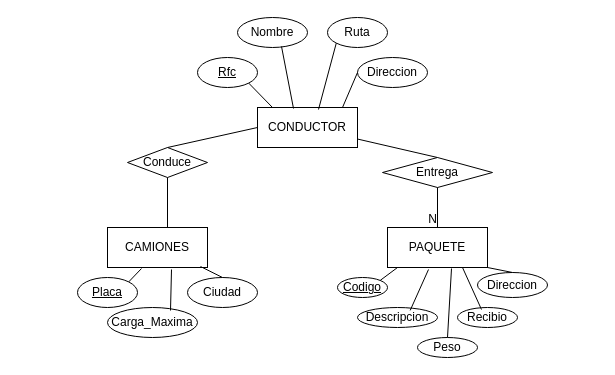
IsraMejia/DiagramasEntidadRelacion keeps this draw.io diagram as envios.drawio. Above is the earlier version. Source tidied: cells renumbered, new cells numbered last; positions are measured from the earlier drawing's top-left corner, leaving out a move shared by most shapes. Both pictures are drawn from the tidied source at 100%, with x=0, y=0 at pixel (77, 17).
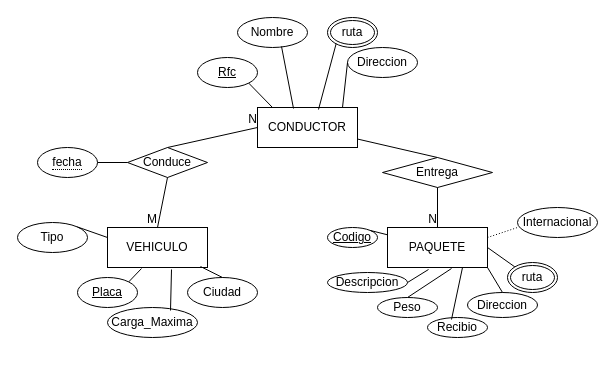
The same diagram, later.

Commit message:
miActualizacion-EstaMal

Unchanged cells that the change refers to:
```xml
<mxCell id="2" value="CONDUCTOR" style="whiteSpace=wrap;html=1;align=center;" parent="1" vertex="1">
  <mxGeometry x="180" y="90" width="100" height="40" as="geometry" />
</mxCell>
<mxCell id="3" value="PAQUETE" style="whiteSpace=wrap;html=1;align=center;" parent="1" vertex="1">
  <mxGeometry x="310" y="210" width="100" height="40" as="geometry" />
</mxCell>
<mxCell id="29" value="Conduce" style="shape=rhombus;perimeter=rhombusPerimeter;whiteSpace=wrap;html=1;align=center;" parent="1" vertex="1">
  <mxGeometry x="50" y="130" width="80" height="30" as="geometry" />
</mxCell>
```

What changed in the source:
```diff
@@
-    <mxCell id="4" value="CAMIONES" style="whiteSpace=wrap;html=1;align=center;" parent="1" vertex="1">
+    <mxCell id="4" value="VEHICULO" style="whiteSpace=wrap;html=1;align=center;" parent="1" vertex="1">
       <mxGeometry x="30" y="210" width="100" height="40" as="geometry" />
     </mxCell>
@@
-    <mxCell id="7" value="Ruta" style="ellipse;whiteSpace=wrap;html=1;align=center;" parent="1" vertex="1">
-      <mxGeometry x="250" width="60" height="30" as="geometry" />
-    </mxCell>
     <mxCell id="8" value="Direccion" style="ellipse;whiteSpace=wrap;html=1;align=center;" parent="1" vertex="1">
-      <mxGeometry x="280" y="40" width="70" height="30" as="geometry" />
+      <mxGeometry x="270" y="30" width="70" height="30" as="geometry" />
     </mxCell>
@@
-    <mxCell id="11" style="endArrow=none;html=1;rounded=0;exitX=0;exitY=1;exitDx=0;exitDy=0;entryX=0.61;entryY=0.05;entryDx=0;entryDy=0;entryPerimeter=0;" parent="1" edge="1" source="7" target="2">
-      <mxGeometry relative="1" as="geometry" />
+    <mxCell id="11" style="endArrow=none;html=1;rounded=0;exitX=0;exitY=1;exitDx=0;exitDy=0;entryX=0.61;entryY=0.05;entryDx=0;entryDy=0;entryPerimeter=0;" parent="1" edge="1" target="2">
+      <mxGeometry relative="1" as="geometry">
+        <mxPoint x="258.8" y="25.6" as="sourcePoint" />
+      </mxGeometry>
     </mxCell>
@@
     <mxCell id="16" value="Codigo" style="ellipse;whiteSpace=wrap;html=1;align=center;fontStyle=4;" parent="1" vertex="1">
-      <mxGeometry x="260" y="260" width="50" height="20" as="geometry" />
+      <mxGeometry x="250" y="210" width="50" height="20" as="geometry" />
     </mxCell>
     <mxCell id="17" value="Descripcion" style="ellipse;whiteSpace=wrap;html=1;align=center;" parent="1" vertex="1">
-      <mxGeometry x="280" y="290" width="80" height="20" as="geometry" />
+      <mxGeometry x="250" y="255" width="80" height="20" as="geometry" />
     </mxCell>
     <mxCell id="18" value="Peso" style="ellipse;whiteSpace=wrap;html=1;align=center;" parent="1" vertex="1">
-      <mxGeometry x="340" y="320" width="60" height="20" as="geometry" />
+      <mxGeometry x="300" y="280" width="60" height="20" as="geometry" />
     </mxCell>
     <mxCell id="19" value="Direccion" style="ellipse;whiteSpace=wrap;html=1;align=center;" parent="1" vertex="1">
-      <mxGeometry x="400" y="255" width="70" height="25" as="geometry" />
+      <mxGeometry x="390" y="275" width="70" height="25" as="geometry" />
     </mxCell>
     <mxCell id="20" value="Recibio" style="ellipse;whiteSpace=wrap;html=1;align=center;" parent="1" vertex="1">
-      <mxGeometry x="380" y="290" width="60" height="20" as="geometry" />
+      <mxGeometry x="350" y="300" width="60" height="20" as="geometry" />
     </mxCell>
-    <mxCell id="21" style="endArrow=none;html=1;rounded=0;exitX=0.1;exitY=1;exitDx=0;exitDy=0;exitPerimeter=0;entryX=1;entryY=0;entryDx=0;entryDy=0;" parent="1" edge="1" source="3" target="16">
+    <mxCell id="21" style="endArrow=none;html=1;rounded=0;entryX=1;entryY=0;entryDx=0;entryDy=0;" parent="1" edge="1" source="3" target="16">
       <mxGeometry relative="1" as="geometry" />
     </mxCell>
-    <mxCell id="22" style="endArrow=none;html=1;rounded=0;exitX=0.41;exitY=1.05;exitDx=0;exitDy=0;exitPerimeter=0;entryX=1;entryY=0;entryDx=0;entryDy=0;" parent="1" edge="1" source="3">
-      <mxGeometry relative="1" as="geometry">
-        <mxPoint x="332.7" y="292.9" as="targetPoint" />
-      </mxGeometry>
+    <mxCell id="22" style="endArrow=none;html=1;rounded=0;exitX=0.41;exitY=1.05;exitDx=0;exitDy=0;exitPerimeter=0;entryX=1;entryY=0.5;entryDx=0;entryDy=0;" parent="1" edge="1" source="3" target="17">
+      <mxGeometry relative="1" as="geometry" />
     </mxCell>
@@
+    <mxCell id="36" value="&lt;span style=&quot;border-bottom: 1px dotted&quot;&gt;fecha&lt;/span&gt;" style="ellipse;whiteSpace=wrap;html=1;align=center;" parent="1" vertex="1">
+      <mxGeometry x="-40" y="130" width="60" height="30" as="geometry" />
+    </mxCell>
+    <mxCell id="37" style="endArrow=none;html=1;rounded=0;exitX=1;exitY=0.5;exitDx=0;exitDy=0;entryX=0;entryY=0.5;entryDx=0;entryDy=0;" parent="1" edge="1" source="36" target="29">
+      <mxGeometry relative="1" as="geometry" />
+    </mxCell>
+    <mxCell id="38" value="ruta" style="ellipse;shape=doubleEllipse;margin=3;whiteSpace=wrap;html=1;align=center;" parent="1" vertex="1">
+      <mxGeometry x="430" y="245" width="50" height="30" as="geometry" />
+    </mxCell>
+    <mxCell id="39" style="endArrow=none;html=1;rounded=0;exitX=1;exitY=0.5;exitDx=0;exitDy=0;entryX=0;entryY=0;entryDx=0;entryDy=0;" parent="1" edge="1" source="3" target="38">
+      <mxGeometry relative="1" as="geometry" />
+    </mxCell>
+    <mxCell id="40" value="ruta" style="ellipse;shape=doubleEllipse;margin=3;whiteSpace=wrap;html=1;align=center;" parent="1" vertex="1">
+      <mxGeometry x="250" width="50" height="30" as="geometry" />
+    </mxCell>
+    <mxCell id="41" value="Internacional" style="ellipse;whiteSpace=wrap;html=1;align=center;" parent="1" vertex="1">
+      <mxGeometry x="440" y="190" width="80" height="30" as="geometry" />
+    </mxCell>
+    <mxCell id="42" style="endArrow=none;html=1;rounded=0;dashed=1;dashPattern=1 2;exitX=1;exitY=0.25;exitDx=0;exitDy=0;" parent="1" edge="1" source="3">
+      <mxGeometry relative="1" as="geometry">
+        <mxPoint x="440" y="210" as="targetPoint" />
+      </mxGeometry>
+    </mxCell>
+    <mxCell id="43" style="endArrow=none;html=1;rounded=0;entryX=0;entryY=0.5;entryDx=0;entryDy=0;exitX=0.5;exitY=0;exitDx=0;exitDy=0;" parent="1" edge="1" source="29" target="2">
+      <mxGeometry relative="1" as="geometry" />
+    </mxCell>
+    <mxCell id="44" value="N" style="html=1;align=right;verticalAlign=bottom;" parent="43" vertex="1">
+      <mxGeometry x="1" relative="1" as="geometry" />
+    </mxCell>
-    <mxCell id="34" style="endArrow=none;html=1;rounded=0;exitX=0.5;exitY=1;exitDx=0;exitDy=0;entryX=0.6;entryY=0;entryDx=0;entryDy=0;entryPerimeter=0;" parent="1" edge="1" source="29" target="4">
+    <mxCell id="34" style="endArrow=none;html=1;rounded=0;entryX=0.5;entryY=0;entryDx=0;entryDy=0;exitX=0.5;exitY=1;exitDx=0;exitDy=0;" parent="1" edge="1" source="29" target="4">
       <mxGeometry relative="1" as="geometry" />
     </mxCell>
-    <mxCell id="35" style="endArrow=none;html=1;rounded=0;exitX=0;exitY=0.5;exitDx=0;exitDy=0;entryX=0.5;entryY=0;entryDx=0;entryDy=0;" parent="1" edge="1" source="2" target="29">
-      <mxGeometry relative="1" as="geometry" />
-    </mxCell>
+    <mxCell id="45" value="M" style="html=1;align=right;verticalAlign=bottom;" parent="34" vertex="1">
+      <mxGeometry x="1" relative="1" as="geometry" />
+    </mxCell>
+    <mxCell id="46" value="Tipo" style="ellipse;whiteSpace=wrap;html=1;align=center;" parent="1" vertex="1">
+      <mxGeometry x="-60" y="205" width="70" height="30" as="geometry" />
+    </mxCell>
+    <mxCell id="47" style="endArrow=none;html=1;rounded=0;exitX=1;exitY=0;exitDx=0;exitDy=0;entryX=0;entryY=0.25;entryDx=0;entryDy=0;" parent="1" edge="1" source="46" target="4">
+      <mxGeometry relative="1" as="geometry" />
+    </mxCell>
```
